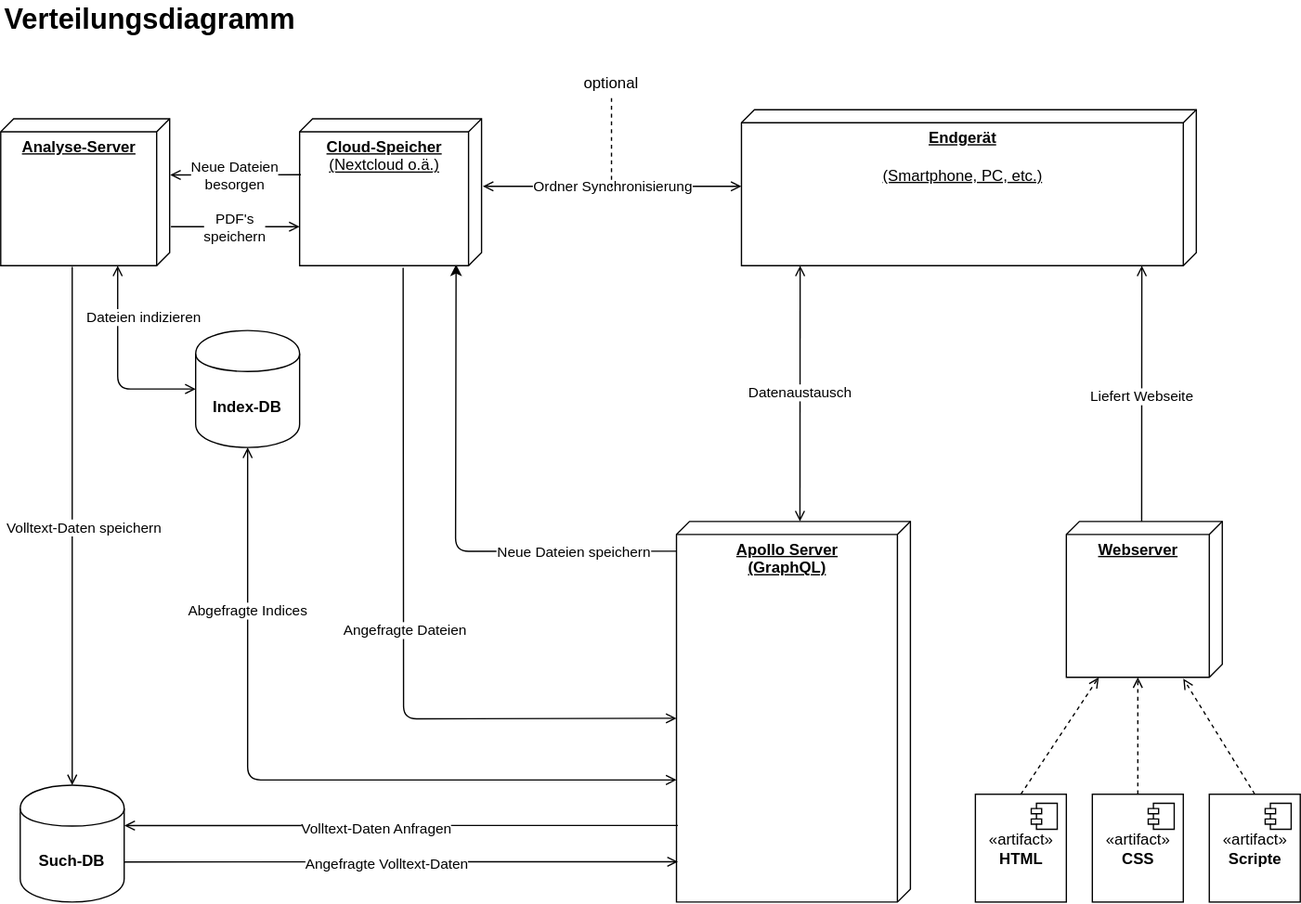
This is docs/Overview/resources/Diagramme/doc-ver_Diagramme-Verteilungsdiagramm.svg from doc-ver/Doku, a draw.io export, as it was before one commit. Source tidied: cells renumbered, new cells last; positions are measured from the earlier drawing's top-left corner, leaving out a move shared by most shapes.
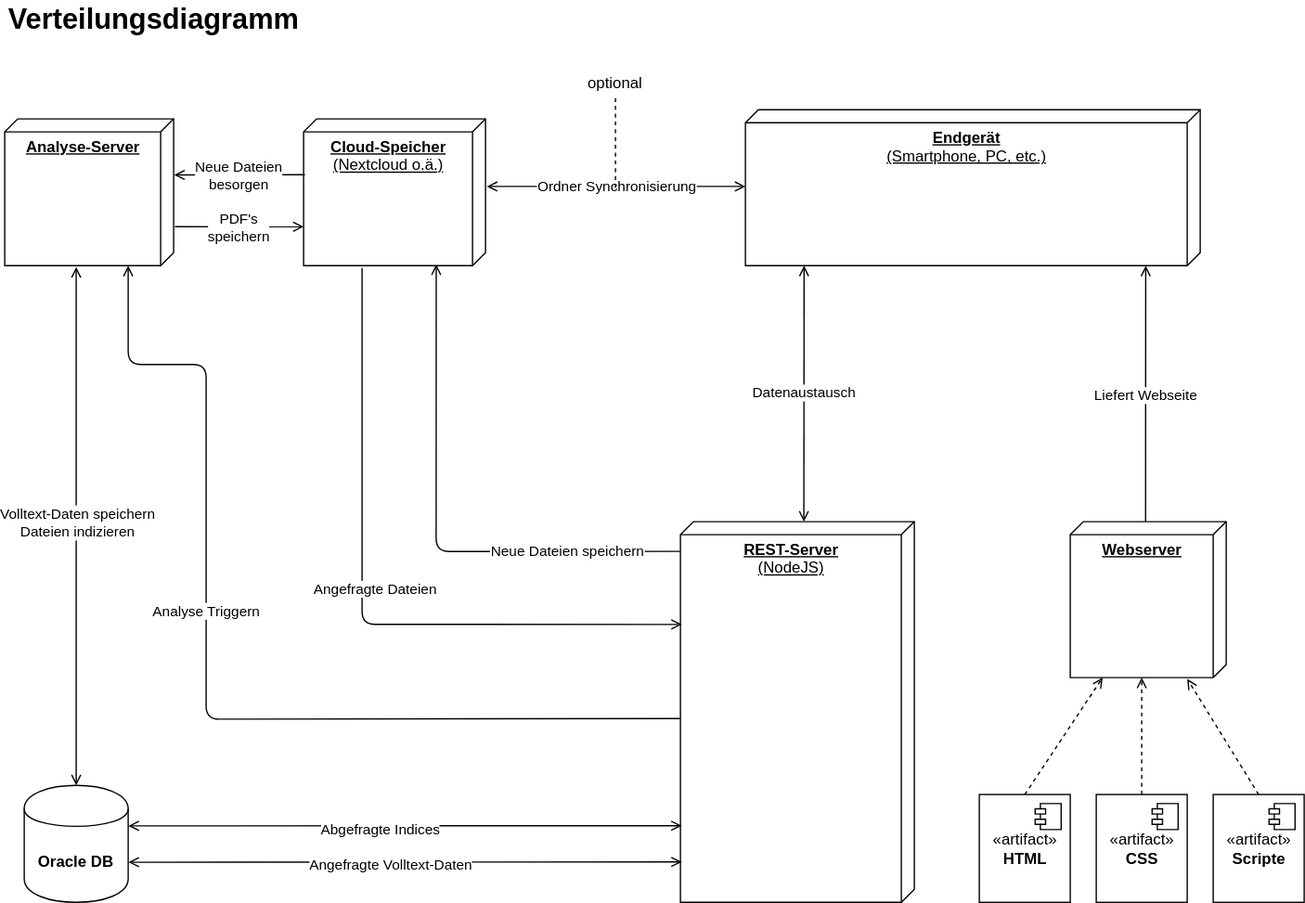
After the change.

Commit message:
Diagramme und Expose ueberarbeitet

Diff of the diagram source:
```diff
@@ -2,7 +2,7 @@
   <root>
     <mxCell id="0" />
     <mxCell id="1" parent="0" />
-    <mxCell id="2" value="&lt;b&gt;Endgerät&lt;/b&gt;&lt;br&gt;&lt;br&gt;&lt;div&gt;(Smartphone, PC, etc.)&lt;/div&gt;" style="verticalAlign=top;align=center;spacingTop=8;spacingLeft=2;spacingRight=12;shape=cube;size=10;direction=south;fontStyle=4;html=1;" parent="1" vertex="1">
+    <mxCell id="2" value="&lt;b&gt;Endgerät&lt;/b&gt;&lt;br&gt;&lt;div&gt;(Smartphone, PC, etc.)&lt;/div&gt;" style="verticalAlign=top;align=center;spacingTop=8;spacingLeft=2;spacingRight=12;shape=cube;size=10;direction=south;fontStyle=4;html=1;" parent="1" vertex="1">
       <mxGeometry x="570" y="84" width="350" height="120" as="geometry" />
     </mxCell>
     <mxCell id="3" value="&lt;b&gt;Webserver&lt;/b&gt;" style="verticalAlign=top;align=center;spacingTop=8;spacingLeft=2;spacingRight=12;shape=cube;size=10;direction=south;fontStyle=4;html=1;" parent="1" vertex="1">
@@ -51,7 +51,7 @@
         </Array>
       </mxGeometry>
     </mxCell>
-    <mxCell id="14" value="&lt;b&gt;Apollo Server&lt;br&gt;(GraphQL)&lt;br&gt;&lt;/b&gt;" style="verticalAlign=top;align=center;spacingTop=8;spacingLeft=2;spacingRight=12;shape=cube;size=10;direction=south;fontStyle=4;html=1;" parent="1" vertex="1">
+    <mxCell id="14" value="&lt;div&gt;&lt;b&gt;REST-Server&lt;/b&gt;&lt;/div&gt;&lt;div&gt;(NodeJS)&lt;b&gt;&lt;br&gt;&lt;/b&gt;&lt;/div&gt;" style="verticalAlign=top;align=center;spacingTop=8;spacingLeft=2;spacingRight=12;shape=cube;size=10;direction=south;fontStyle=4;html=1;" parent="1" vertex="1">
       <mxGeometry x="520" y="401" width="180" height="293" as="geometry" />
     </mxCell>
     <mxCell id="15" value="&lt;b&gt;Analyse-Server&lt;br&gt;&lt;/b&gt;" style="verticalAlign=top;align=center;spacingTop=8;spacingLeft=2;spacingRight=12;shape=cube;size=10;direction=south;fontStyle=4;html=1;" parent="1" vertex="1">
@@ -60,10 +60,10 @@
     <mxCell id="16" value="Datenaustausch" style="endArrow=open;startArrow=open;html=1;strokeColor=#000000;exitX=0;exitY=0;exitDx=0;exitDy=85;exitPerimeter=0;startFill=0;endFill=0;entryX=1;entryY=0.871;entryDx=0;entryDy=0;entryPerimeter=0;" parent="1" edge="1" source="14" target="2">
       <mxGeometry relative="1" as="geometry" />
     </mxCell>
-    <mxCell id="17" value="&lt;b&gt;Such-DB&lt;/b&gt;" style="shape=cylinder;whiteSpace=wrap;html=1;boundedLbl=1;backgroundOutline=1;" parent="1" vertex="1">
+    <mxCell id="17" value="&lt;b&gt;Oracle DB&lt;/b&gt;" style="shape=cylinder;whiteSpace=wrap;html=1;boundedLbl=1;backgroundOutline=1;" parent="1" vertex="1">
       <mxGeometry x="15" y="604" width="80" height="90" as="geometry" />
     </mxCell>
-    <mxCell id="18" style="endArrow=open;html=1;strokeColor=#000000;endFill=0;entryX=0.894;entryY=0.994;entryDx=0;entryDy=0;entryPerimeter=0;exitX=1.002;exitY=0.657;exitDx=0;exitDy=0;exitPerimeter=0;" parent="1" edge="1" source="17" target="14">
+    <mxCell id="18" style="endArrow=open;html=1;strokeColor=#000000;endFill=0;entryX=0.894;entryY=0.994;entryDx=0;entryDy=0;entryPerimeter=0;exitX=1.002;exitY=0.657;exitDx=0;exitDy=0;exitPerimeter=0;startArrow=open;startFill=0;" parent="1" edge="1" source="17" target="14">
       <mxGeometry relative="1" as="geometry" />
     </mxCell>
     <mxCell id="19" value="Angefragte Volltext-Daten" style="edgeLabel;html=1;align=center;verticalAlign=middle;" parent="18" vertex="1">
@@ -71,10 +71,10 @@
         <mxPoint x="-32" y="3" as="offset" />
       </mxGeometry>
     </mxCell>
-    <mxCell id="20" style="endArrow=classic;html=1;strokeColor=#000000;entryX=0.992;entryY=0.14;entryDx=0;entryDy=0;entryPerimeter=0;exitX=0.078;exitY=1;exitDx=0;exitDy=0;exitPerimeter=0;" parent="1" edge="1" source="14" target="23">
+    <mxCell id="20" style="endArrow=open;html=1;strokeColor=#000000;exitX=0.078;exitY=1;exitDx=0;exitDy=0;exitPerimeter=0;endFill=0;entryX=0.991;entryY=0.271;entryDx=0;entryDy=0;entryPerimeter=0;" parent="1" edge="1" source="14" target="23">
       <mxGeometry relative="1" as="geometry">
         <Array as="points">
-          <mxPoint x="350" y="424" />
+          <mxPoint x="332" y="424" />
         </Array>
       </mxGeometry>
     </mxCell>
@@ -86,91 +86,88 @@
     <mxCell id="22" value="Verteilungsdiagramm" style="text;html=1;strokeColor=none;fillColor=none;align=center;verticalAlign=middle;whiteSpace=wrap;rounded=0;fontSize=22;fontStyle=1;" parent="1" vertex="1">
       <mxGeometry width="230" height="30" as="geometry" />
     </mxCell>
-    <mxCell id="23" value="&lt;b&gt;Cloud-Speicher&lt;/b&gt;&lt;br&gt;(Nextcloud o.ä.)" style="verticalAlign=top;align=center;spacingTop=8;spacingLeft=2;spacingRight=12;shape=cube;size=10;direction=south;fontStyle=4;html=1;" parent="1" vertex="1">
+    <mxCell id="23" value="&lt;div&gt;&lt;b&gt;Cloud-Speicher&lt;/b&gt;&lt;/div&gt;(Nextcloud o.ä.)" style="verticalAlign=top;align=center;spacingTop=8;spacingLeft=2;spacingRight=12;shape=cube;size=10;direction=south;fontStyle=4;html=1;" parent="1" vertex="1">
       <mxGeometry x="230" y="91" width="140" height="113" as="geometry" />
     </mxCell>
-    <mxCell id="24" value="&lt;b&gt;Index-DB&lt;/b&gt;" style="shape=cylinder;whiteSpace=wrap;html=1;boundedLbl=1;backgroundOutline=1;" parent="1" vertex="1">
-      <mxGeometry x="150" y="254" width="80" height="90" as="geometry" />
+    <mxCell id="24" value="Ordner Synchronisierung" style="endArrow=open;startArrow=open;html=1;strokeColor=#000000;startFill=0;endFill=0;" parent="1" edge="1">
+      <mxGeometry relative="1" as="geometry">
+        <mxPoint x="371" y="143" as="sourcePoint" />
+        <mxPoint x="570" y="143" as="targetPoint" />
+      </mxGeometry>
     </mxCell>
-    <mxCell id="25" value="Ordner Synchronisierung" style="endArrow=open;startArrow=open;html=1;strokeColor=#000000;startFill=0;endFill=0;" parent="1" edge="1">
+    <mxCell id="25" style="endArrow=none;dashed=1;html=1;" parent="1" edge="1" target="26">
       <mxGeometry relative="1" as="geometry">
-        <mxPoint x="371" y="143" as="sourcePoint" />
-        <mxPoint x="570" y="143" as="targetPoint" />
+        <mxPoint x="470" y="144" as="sourcePoint" />
       </mxGeometry>
     </mxCell>
-    <mxCell id="26" style="endArrow=none;dashed=1;html=1;" parent="1" edge="1" target="27">
-      <mxGeometry relative="1" as="geometry">
-        <mxPoint x="470" y="144" as="sourcePoint" />
-      </mxGeometry>
+    <mxCell id="26" value="optional" style="text;html=1;strokeColor=none;fillColor=none;align=center;verticalAlign=middle;whiteSpace=wrap;rounded=0;" parent="1" vertex="1">
+      <mxGeometry x="450" y="54" width="40" height="20" as="geometry" />
     </mxCell>
-    <mxCell id="27" value="optional" style="text;html=1;strokeColor=none;fillColor=none;align=center;verticalAlign=middle;whiteSpace=wrap;rounded=0;" parent="1" vertex="1">
-      <mxGeometry x="450" y="54" width="40" height="20" as="geometry" />
+    <mxCell id="27" style="endArrow=open;html=1;strokeColor=#000000;endFill=0;entryX=1.002;entryY=0.346;entryDx=0;entryDy=0;entryPerimeter=0;startArrow=open;startFill=0;" parent="1" edge="1" target="17">
+      <mxGeometry relative="1" as="geometry">
+        <mxPoint x="521" y="635" as="sourcePoint" />
+      </mxGeometry>
     </mxCell>
-    <mxCell id="28" style="endArrow=open;html=1;strokeColor=#000000;endFill=0;entryX=1.002;entryY=0.346;entryDx=0;entryDy=0;entryPerimeter=0;" parent="1" edge="1" target="17">
-      <mxGeometry relative="1" as="geometry">
-        <mxPoint x="521" y="635" as="sourcePoint" />
-      </mxGeometry>
+    <mxCell id="28" value="Abgefragte Indices" style="edgeLabel;html=1;align=center;verticalAlign=middle;" parent="27" vertex="1">
+      <mxGeometry x="0.09" y="2" relative="1" as="geometry" />
     </mxCell>
-    <mxCell id="29" value="Volltext-Daten Anfragen" style="edgeLabel;html=1;align=center;verticalAlign=middle;" parent="28" vertex="1">
-      <mxGeometry x="0.09" y="2" relative="1" as="geometry" />
+    <mxCell id="29" style="endArrow=open;html=1;strokeColor=#000000;endFill=0;entryX=0.735;entryY=1;entryDx=0;entryDy=0;entryPerimeter=0;" parent="1" edge="1" target="23">
+      <mxGeometry relative="1" as="geometry">
+        <mxPoint x="131" y="174" as="sourcePoint" />
+      </mxGeometry>
     </mxCell>
-    <mxCell id="30" style="endArrow=open;html=1;strokeColor=#000000;endFill=0;entryX=0.735;entryY=1;entryDx=0;entryDy=0;entryPerimeter=0;" parent="1" edge="1" target="23">
-      <mxGeometry relative="1" as="geometry">
-        <mxPoint x="131" y="174" as="sourcePoint" />
+    <mxCell id="30" value="PDF's&lt;br&gt;speichern" style="edgeLabel;html=1;align=center;verticalAlign=middle;" parent="29" vertex="1">
+      <mxGeometry x="0.09" y="2" relative="1" as="geometry">
+        <mxPoint x="-5.3" y="2" as="offset" />
       </mxGeometry>
     </mxCell>
-    <mxCell id="31" value="PDF's&lt;br&gt;speichern" style="edgeLabel;html=1;align=center;verticalAlign=middle;" parent="30" vertex="1">
-      <mxGeometry x="0.09" y="2" relative="1" as="geometry">
-        <mxPoint x="-5.3" y="2" as="offset" />
+    <mxCell id="31" style="endArrow=open;html=1;strokeColor=#000000;endFill=0;entryX=0.382;entryY=-0.003;entryDx=0;entryDy=0;entryPerimeter=0;" parent="1" edge="1" target="15">
+      <mxGeometry relative="1" as="geometry">
+        <mxPoint x="231" y="134" as="sourcePoint" />
       </mxGeometry>
     </mxCell>
-    <mxCell id="32" style="endArrow=open;html=1;strokeColor=#000000;endFill=0;entryX=0.382;entryY=-0.003;entryDx=0;entryDy=0;entryPerimeter=0;" parent="1" edge="1" target="15">
-      <mxGeometry relative="1" as="geometry">
-        <mxPoint x="231" y="134" as="sourcePoint" />
+    <mxCell id="32" value="Neue Dateien&lt;br&gt;besorgen" style="edgeLabel;html=1;align=center;verticalAlign=middle;" parent="31" vertex="1">
+      <mxGeometry x="0.09" y="2" relative="1" as="geometry">
+        <mxPoint x="3.9" y="-2.1" as="offset" />
       </mxGeometry>
     </mxCell>
-    <mxCell id="33" value="Neue Dateien&lt;br&gt;besorgen" style="edgeLabel;html=1;align=center;verticalAlign=middle;" parent="32" vertex="1">
-      <mxGeometry x="0.09" y="2" relative="1" as="geometry">
-        <mxPoint x="3.9" y="-2.1" as="offset" />
+    <mxCell id="33" style="endArrow=open;html=1;strokeColor=#000000;endFill=0;entryX=0.5;entryY=0;entryDx=0;entryDy=0;startArrow=open;startFill=0;" parent="1" edge="1" target="17">
+      <mxGeometry relative="1" as="geometry">
+        <mxPoint x="55" y="205" as="sourcePoint" />
       </mxGeometry>
     </mxCell>
-    <mxCell id="34" value="Dateien indizieren" style="endArrow=open;startArrow=open;html=1;strokeColor=#000000;exitX=0;exitY=0.5;exitDx=0;exitDy=0;startFill=0;endFill=0;" parent="1" edge="1" source="24">
-      <mxGeometry x="0.48" y="-20" relative="1" as="geometry">
-        <mxPoint x="90" y="204" as="targetPoint" />
-        <Array as="points">
-          <mxPoint x="90" y="299" />
-        </Array>
+    <mxCell id="34" value="&lt;div&gt;Volltext-Daten speichern&lt;/div&gt;Dateien indizieren" style="edgeLabel;html=1;align=center;verticalAlign=middle;" parent="33" vertex="1">
+      <mxGeometry x="0.09" y="2" relative="1" as="geometry">
+        <mxPoint x="-2" y="-22" as="offset" />
       </mxGeometry>
     </mxCell>
-    <mxCell id="35" style="endArrow=open;html=1;strokeColor=#000000;endFill=0;entryX=0.5;entryY=0;entryDx=0;entryDy=0;" parent="1" edge="1" target="17">
+    <mxCell id="35" style="endArrow=open;html=1;strokeColor=#000000;endFill=0;entryX=0.27;entryY=0.994;entryDx=0;entryDy=0;entryPerimeter=0;" parent="1" edge="1" target="14">
       <mxGeometry relative="1" as="geometry">
-        <mxPoint x="55" y="205" as="sourcePoint" />
+        <mxPoint x="275" y="206" as="sourcePoint" />
+        <Array as="points">
+          <mxPoint x="275" y="480" />
+        </Array>
       </mxGeometry>
     </mxCell>
-    <mxCell id="36" value="Volltext-Daten speichern" style="edgeLabel;html=1;align=center;verticalAlign=middle;" parent="35" vertex="1">
+    <mxCell id="36" value="Angefragte Dateien" style="edgeLabel;html=1;align=center;verticalAlign=middle;" parent="35" vertex="1">
       <mxGeometry x="0.09" y="2" relative="1" as="geometry">
-        <mxPoint x="6.1" y="-18.5" as="offset" />
+        <mxPoint x="-2" y="-25.8" as="offset" />
       </mxGeometry>
     </mxCell>
-    <mxCell id="37" style="endArrow=open;html=1;strokeColor=#000000;endFill=0;entryX=0;entryY=0;entryDx=151.5;entryDy=180;entryPerimeter=0;exitX=1.015;exitY=0.431;exitDx=0;exitDy=0;exitPerimeter=0;" parent="1" edge="1" source="23" target="14">
+    <mxCell id="37" style="endArrow=none;html=1;strokeColor=#000000;endFill=0;entryX=0;entryY=0;entryDx=151.5;entryDy=180;entryPerimeter=0;startArrow=open;startFill=0;" parent="1" edge="1" target="14">
       <mxGeometry relative="1" as="geometry">
+        <mxPoint x="95" y="204" as="sourcePoint" />
         <Array as="points">
-          <mxPoint x="310" y="553" />
+          <mxPoint x="95" y="280" />
+          <mxPoint x="155" y="280" />
+          <mxPoint x="155" y="553" />
         </Array>
       </mxGeometry>
     </mxCell>
-    <mxCell id="38" value="Angefragte Dateien" style="edgeLabel;html=1;align=center;verticalAlign=middle;" parent="37" vertex="1">
+    <mxCell id="38" value="Analyse Triggern" style="edgeLabel;html=1;align=center;verticalAlign=middle;" parent="37" vertex="1">
       <mxGeometry x="0.09" y="2" relative="1" as="geometry">
-        <mxPoint x="-2" y="-25.8" as="offset" />
+        <mxPoint x="-15" y="-81" as="offset" />
       </mxGeometry>
     </mxCell>
-    <mxCell id="39" value="Abgefragte Indices" style="endArrow=open;startArrow=open;html=1;strokeColor=#000000;startFill=0;endFill=0;entryX=0.5;entryY=1;entryDx=0;entryDy=0;" parent="1" edge="1" target="24">
-      <mxGeometry x="0.57" relative="1" as="geometry">
-        <mxPoint x="520" y="600" as="sourcePoint" />
-        <Array as="points">
-          <mxPoint x="190" y="600" />
-        </Array>
-      </mxGeometry>
-    </mxCell>
   </root>
 </mxGraphModel>
```
